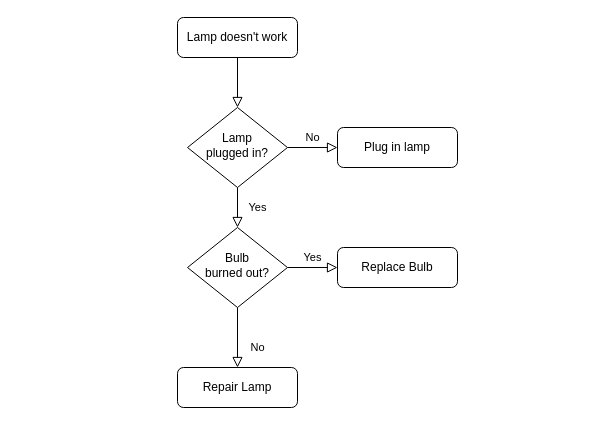
Above: Untitled Diagram.drawio in komyagin/flowcharts (draw.io), before the change. Source tidied: cells renumbered, new cells numbered last; positions are measured from the earlier drawing's top-left corner, leaving out a move shared by most shapes. Both pictures are drawn from the tidied source at 100%, with x=0, y=0 at pixel (177, 17).
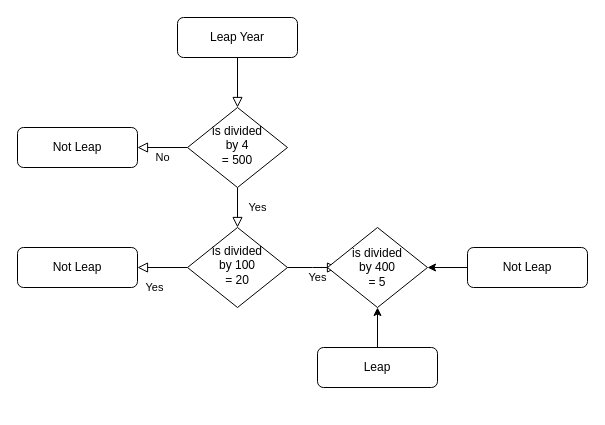
The same page after the edit.

Diff of the diagram source:
```diff
@@
 <mxGraphModel>
   <root>
     <mxCell id="0" />
     <mxCell id="1" parent="0" />
     <mxCell id="2" style="rounded=0;html=1;jettySize=auto;fontSize=11;endArrow=block;endFill=0;endSize=8;strokeWidth=1;shadow=0;labelBackgroundColor=none;edgeStyle=orthogonalEdgeStyle;" parent="1" edge="1" source="3" target="6">
       <mxGeometry relative="1" as="geometry" />
     </mxCell>
-    <mxCell id="3" value="Lamp doesn't work" style="rounded=1;whiteSpace=wrap;html=1;fontSize=12;glass=0;strokeWidth=1;shadow=0;" parent="1" vertex="1">
+    <mxCell id="3" value="Leap Year" style="rounded=1;whiteSpace=wrap;html=1;fontSize=12;glass=0;strokeWidth=1;shadow=0;" parent="1" vertex="1">
       <mxGeometry width="120" height="40" as="geometry" />
     </mxCell>
     <mxCell id="4" value="Yes" style="rounded=0;html=1;jettySize=auto;fontSize=11;endArrow=block;endFill=0;endSize=8;strokeWidth=1;shadow=0;labelBackgroundColor=none;edgeStyle=orthogonalEdgeStyle;" parent="1" edge="1" source="6" target="10">
       <mxGeometry y="20" relative="1" as="geometry" />
     </mxCell>
-    <mxCell id="5" value="No" style="edgeStyle=orthogonalEdgeStyle;rounded=0;html=1;jettySize=auto;fontSize=11;endArrow=block;endFill=0;endSize=8;strokeWidth=1;shadow=0;labelBackgroundColor=none;" parent="1" edge="1" source="6" target="7">
-      <mxGeometry y="10" relative="1" as="geometry" />
+    <mxCell id="5" value="No" style="edgeStyle=orthogonalEdgeStyle;rounded=0;html=1;jettySize=auto;fontSize=11;endArrow=block;endFill=0;endSize=8;strokeWidth=1;shadow=0;labelBackgroundColor=none;" parent="1" edge="1" source="6">
+      <mxGeometry y="10" relative="1" as="geometry">
+        <mxPoint x="-40" y="130" as="targetPoint" />
+      </mxGeometry>
     </mxCell>
-    <mxCell id="6" value="Lamp&lt;br&gt;plugged in?" style="rhombus;whiteSpace=wrap;html=1;shadow=0;fontFamily=Helvetica;fontSize=12;align=center;strokeWidth=1;spacing=6;spacingTop=-4;" parent="1" vertex="1">
+    <mxCell id="6" value="is divided &lt;br&gt;by 4&lt;br&gt;= 500" style="rhombus;whiteSpace=wrap;html=1;shadow=0;fontFamily=Helvetica;fontSize=12;align=center;strokeWidth=1;spacing=6;spacingTop=-4;" parent="1" vertex="1">
       <mxGeometry x="10" y="90" width="100" height="80" as="geometry" />
     </mxCell>
-    <mxCell id="7" value="Plug in lamp" style="rounded=1;whiteSpace=wrap;html=1;fontSize=12;glass=0;strokeWidth=1;shadow=0;" parent="1" vertex="1">
-      <mxGeometry x="160" y="110" width="120" height="40" as="geometry" />
+    <mxCell id="7" value="Not Leap" style="rounded=1;whiteSpace=wrap;html=1;fontSize=12;glass=0;strokeWidth=1;shadow=0;" parent="1" vertex="1">
+      <mxGeometry x="-160" y="110" width="120" height="40" as="geometry" />
     </mxCell>
-    <mxCell id="8" value="No" style="rounded=0;html=1;jettySize=auto;fontSize=11;endArrow=block;endFill=0;endSize=8;strokeWidth=1;shadow=0;labelBackgroundColor=none;edgeStyle=orthogonalEdgeStyle;" parent="1" edge="1" source="10" target="11">
+    <mxCell id="8" value="Yes" style="rounded=0;html=1;jettySize=auto;fontSize=11;endArrow=block;endFill=0;endSize=8;strokeWidth=1;shadow=0;labelBackgroundColor=none;edgeStyle=orthogonalEdgeStyle;" parent="1" edge="1" source="10" target="11">
       <mxGeometry x="0.33" y="20" relative="1" as="geometry" />
     </mxCell>
-    <mxCell id="9" value="Yes" style="edgeStyle=orthogonalEdgeStyle;rounded=0;html=1;jettySize=auto;fontSize=11;endArrow=block;endFill=0;endSize=8;strokeWidth=1;shadow=0;labelBackgroundColor=none;" parent="1" edge="1" source="10" target="12">
-      <mxGeometry y="10" relative="1" as="geometry" />
+    <mxCell id="9" value="Yes" style="edgeStyle=orthogonalEdgeStyle;rounded=0;html=1;jettySize=auto;fontSize=11;endArrow=block;endFill=0;endSize=8;strokeWidth=1;shadow=0;labelBackgroundColor=none;" parent="1" edge="1" source="10">
+      <mxGeometry x="0.2" y="-10" relative="1" as="geometry">
+        <mxPoint x="160" y="250" as="targetPoint" />
+      </mxGeometry>
     </mxCell>
-    <mxCell id="10" value="Bulb&lt;br&gt;burned out?" style="rhombus;whiteSpace=wrap;html=1;shadow=0;fontFamily=Helvetica;fontSize=12;align=center;strokeWidth=1;spacing=6;spacingTop=-4;" parent="1" vertex="1">
+    <mxCell id="10" value="is divided &lt;br&gt;by 100&lt;br&gt;= 20" style="rhombus;whiteSpace=wrap;html=1;shadow=0;fontFamily=Helvetica;fontSize=12;align=center;strokeWidth=1;spacing=6;spacingTop=-4;" parent="1" vertex="1">
       <mxGeometry x="10" y="210" width="100" height="80" as="geometry" />
     </mxCell>
-    <mxCell id="11" value="Repair Lamp" style="rounded=1;whiteSpace=wrap;html=1;fontSize=12;glass=0;strokeWidth=1;shadow=0;" parent="1" vertex="1">
-      <mxGeometry y="350" width="120" height="40" as="geometry" />
+    <mxCell id="11" value="Not Leap" style="rounded=1;whiteSpace=wrap;html=1;fontSize=12;glass=0;strokeWidth=1;shadow=0;" parent="1" vertex="1">
+      <mxGeometry x="-160" y="230" width="120" height="40" as="geometry" />
     </mxCell>
-    <mxCell id="12" value="Replace Bulb" style="rounded=1;whiteSpace=wrap;html=1;fontSize=12;glass=0;strokeWidth=1;shadow=0;" parent="1" vertex="1">
-      <mxGeometry x="160" y="230" width="120" height="40" as="geometry" />
-    </mxCell>
+    <mxCell id="13" value="is divided&lt;br&gt;by 400&lt;br&gt;= 5" style="rhombus;whiteSpace=wrap;html=1;" parent="1" vertex="1">
+      <mxGeometry x="150" y="210" width="100" height="80" as="geometry" />
+    </mxCell>
+    <mxCell id="14" style="edgeStyle=orthogonalEdgeStyle;rounded=0;jettySize=auto;html=1;" parent="1" edge="1" source="15" target="13">
+      <mxGeometry relative="1" as="geometry" />
+    </mxCell>
+    <mxCell id="15" value="Not Leap" style="rounded=1;whiteSpace=wrap;html=1;fontSize=12;glass=0;strokeWidth=1;shadow=0;" parent="1" vertex="1">
+      <mxGeometry x="290" y="230" width="120" height="40" as="geometry" />
+    </mxCell>
+    <mxCell id="16" style="edgeStyle=orthogonalEdgeStyle;rounded=0;jettySize=auto;html=1;" parent="1" edge="1" source="17" target="13">
+      <mxGeometry relative="1" as="geometry" />
+    </mxCell>
+    <mxCell id="17" value="Leap" style="rounded=1;whiteSpace=wrap;html=1;fontSize=12;glass=0;strokeWidth=1;shadow=0;" parent="1" vertex="1">
+      <mxGeometry x="140" y="330" width="120" height="40" as="geometry" />
+    </mxCell>
   </root>
 </mxGraphModel>
```
